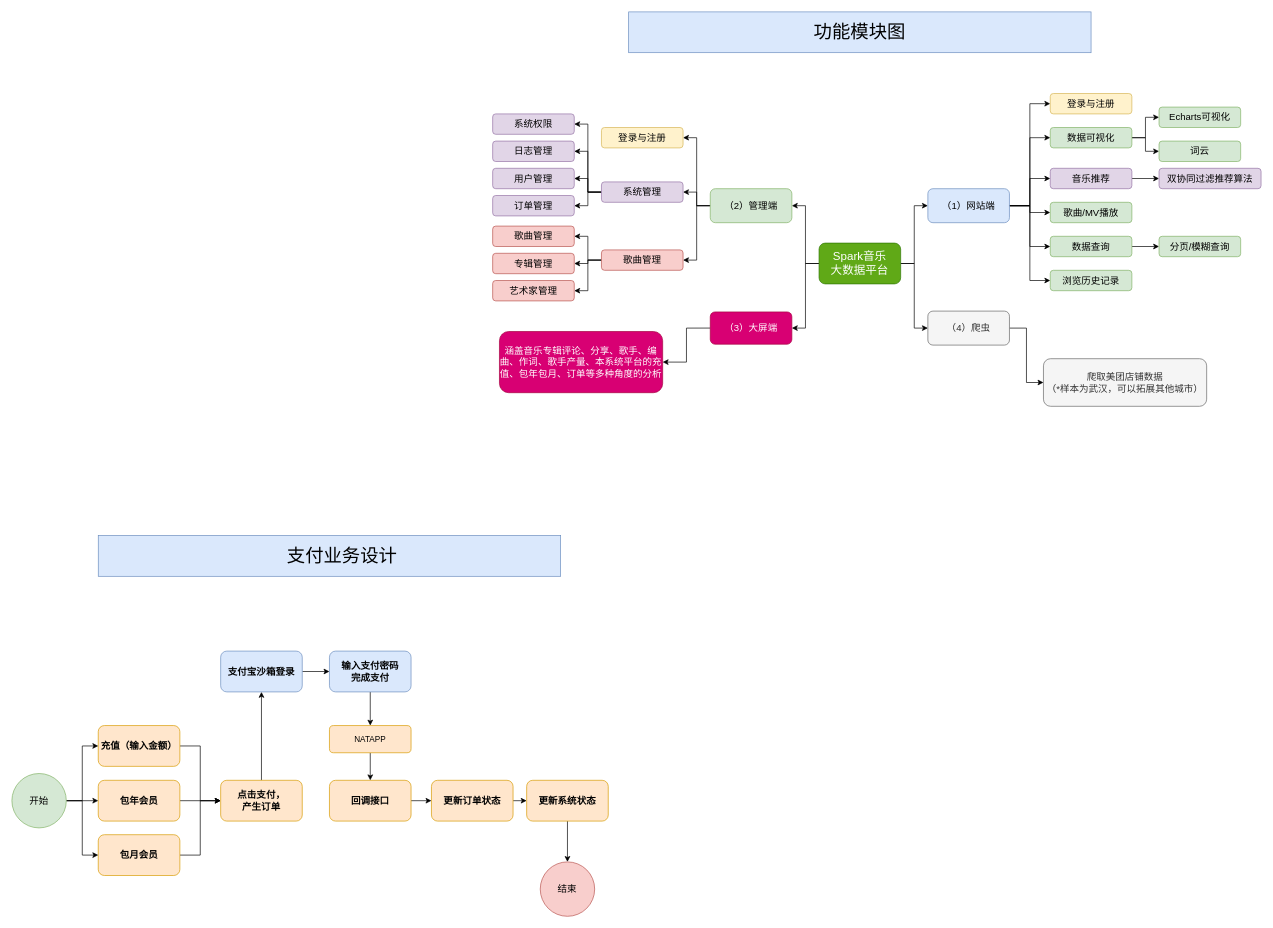
redcomet88/DRAW keeps this draw.io diagram as SPARK/09-Meituan_Wuhan.drawio. Above is the earlier version. Source tidied: cells renumbered, new cells numbered last; positions are measured from the earlier drawing's top-left corner, leaving out a move shared by most shapes. Both pictures are drawn from the tidied source at 68%, with x=0, y=0 at pixel (12, 12).
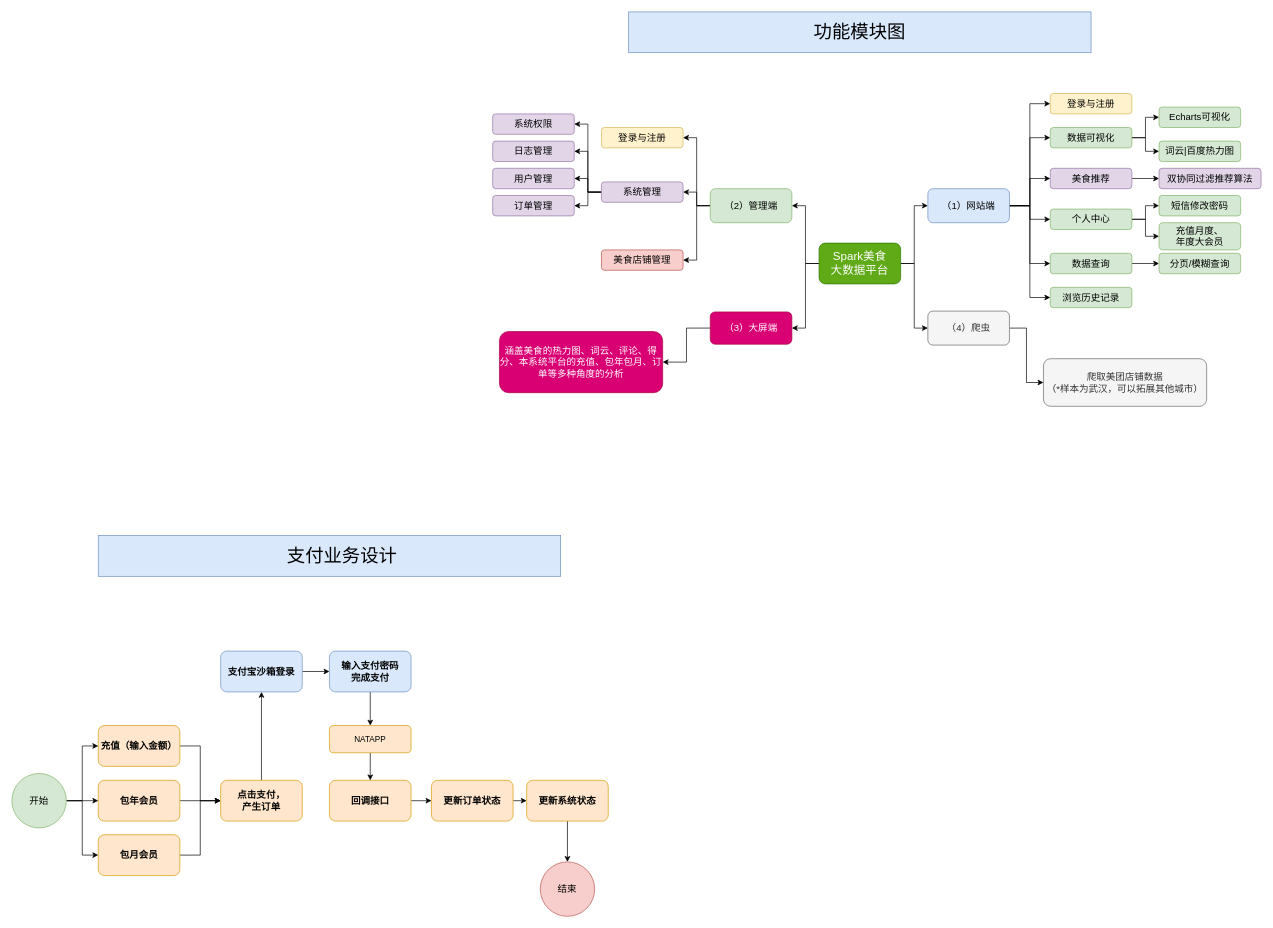
The same page after the edit.

The edit, as a diff of the source:
```diff
@@
-    <mxCell id="14" value="音乐推荐" style="rounded=1;whiteSpace=wrap;html=1;fontSize=14;fillColor=#e1d5e7;strokeColor=#9673a6;" parent="1" vertex="1">
+    <mxCell id="14" value="美食推荐" style="rounded=1;whiteSpace=wrap;html=1;fontSize=14;fillColor=#e1d5e7;strokeColor=#9673a6;" parent="1" vertex="1">
       <mxGeometry x="1527" y="230" width="120" height="30" as="geometry" />
     </mxCell>
@@
     <mxCell id="16" value="数据查询" style="rounded=1;whiteSpace=wrap;html=1;fontSize=14;fillColor=#d5e8d4;strokeColor=#82b366;" parent="1" vertex="1">
-      <mxGeometry x="1527" y="330" width="120" height="30" as="geometry" />
+      <mxGeometry x="1527" y="355" width="120" height="30" as="geometry" />
     </mxCell>
     <mxCell id="17" value="浏览历史记录" style="rounded=1;whiteSpace=wrap;html=1;fontSize=14;fillColor=#d5e8d4;strokeColor=#82b366;" parent="1" vertex="1">
-      <mxGeometry x="1527" y="380" width="120" height="30" as="geometry" />
+      <mxGeometry x="1527" y="405" width="120" height="30" as="geometry" />
     </mxCell>
@@
-    <mxCell id="20" value="词云" style="rounded=1;whiteSpace=wrap;html=1;fontSize=14;fillColor=#d5e8d4;strokeColor=#82b366;" parent="1" vertex="1">
+    <mxCell id="20" value="词云|百度热力图" style="rounded=1;whiteSpace=wrap;html=1;fontSize=14;fillColor=#d5e8d4;strokeColor=#82b366;" parent="1" vertex="1">
       <mxGeometry x="1687" y="190" width="120" height="30" as="geometry" />
     </mxCell>
     <mxCell id="21" value="分页/模糊查询" style="rounded=1;whiteSpace=wrap;html=1;fontSize=14;fillColor=#d5e8d4;strokeColor=#82b366;" parent="1" vertex="1">
-      <mxGeometry x="1687" y="330" width="120" height="30" as="geometry" />
+      <mxGeometry x="1687" y="355" width="120" height="30" as="geometry" />
     </mxCell>
@@
+    <mxCell id="83" style="edgeStyle=orthogonalEdgeStyle;rounded=0;jettySize=auto;html=1;exitX=1;exitY=0.5;exitDx=0;exitDy=0;entryX=0;entryY=0.5;entryDx=0;entryDy=0;" parent="1" edge="1" source="25" target="85">
+      <mxGeometry relative="1" as="geometry" />
+    </mxCell>
+    <mxCell id="84" style="edgeStyle=orthogonalEdgeStyle;rounded=0;jettySize=auto;html=1;exitX=1;exitY=0.5;exitDx=0;exitDy=0;entryX=0;entryY=0.5;entryDx=0;entryDy=0;" parent="1" edge="1" source="25" target="86">
+      <mxGeometry relative="1" as="geometry" />
+    </mxCell>
-    <mxCell id="25" value="歌曲/MV播放" style="rounded=1;whiteSpace=wrap;html=1;fontSize=14;fillColor=#d5e8d4;strokeColor=#82b366;" parent="1" vertex="1">
-      <mxGeometry x="1527" y="280" width="120" height="30" as="geometry" />
+    <mxCell id="25" value="个人中心" style="rounded=1;whiteSpace=wrap;html=1;fontSize=14;fillColor=#d5e8d4;strokeColor=#82b366;" parent="1" vertex="1">
+      <mxGeometry x="1527" y="290" width="120" height="30" as="geometry" />
     </mxCell>
@@
-    <mxCell id="31" value="Spark音乐&lt;br&gt;大数据平台" style="rounded=1;whiteSpace=wrap;html=1;fontSize=17;fillColor=#60a917;strokeColor=#2D7600;fontColor=#ffffff;" parent="1" vertex="1">
+    <mxCell id="31" value="Spark美食&lt;br&gt;大数据平台" style="rounded=1;whiteSpace=wrap;html=1;fontSize=17;fillColor=#60a917;strokeColor=#2D7600;fontColor=#ffffff;" parent="1" vertex="1">
       <mxGeometry x="1187" y="340" width="120" height="60" as="geometry" />
     </mxCell>
@@
-    <mxCell id="41" value="歌曲管理" style="rounded=1;whiteSpace=wrap;html=1;fontSize=14;fillColor=#f8cecc;strokeColor=#b85450;" parent="1" vertex="1">
-      <mxGeometry x="707" y="315" width="120" height="30" as="geometry" />
-    </mxCell>
-    <mxCell id="42" value="专辑管理" style="rounded=1;whiteSpace=wrap;html=1;fontSize=14;fillColor=#f8cecc;strokeColor=#b85450;" parent="1" vertex="1">
-      <mxGeometry x="707" y="355" width="120" height="30" as="geometry" />
-    </mxCell>
-    <mxCell id="43" value="艺术家管理" style="rounded=1;whiteSpace=wrap;html=1;fontSize=14;fillColor=#f8cecc;strokeColor=#b85450;" parent="1" vertex="1">
-      <mxGeometry x="707" y="395" width="120" height="30" as="geometry" />
-    </mxCell>
@@
-    <mxCell id="46" style="edgeStyle=orthogonalEdgeStyle;rounded=0;jettySize=auto;html=1;exitX=0;exitY=0.5;exitDx=0;exitDy=0;entryX=1;entryY=0.5;entryDx=0;entryDy=0;" parent="1" edge="1" source="49" target="41">
-      <mxGeometry relative="1" as="geometry" />
-    </mxCell>
-    <mxCell id="47" style="edgeStyle=orthogonalEdgeStyle;rounded=0;jettySize=auto;html=1;exitX=0;exitY=0.5;exitDx=0;exitDy=0;entryX=1;entryY=0.5;entryDx=0;entryDy=0;" parent="1" edge="1" source="49" target="42">
-      <mxGeometry relative="1" as="geometry" />
-    </mxCell>
-    <mxCell id="48" style="edgeStyle=orthogonalEdgeStyle;rounded=0;jettySize=auto;html=1;exitX=0;exitY=0.5;exitDx=0;exitDy=0;entryX=1;entryY=0.5;entryDx=0;entryDy=0;" parent="1" edge="1" source="49" target="43">
-      <mxGeometry relative="1" as="geometry" />
-    </mxCell>
-    <mxCell id="49" value="歌曲管理" style="rounded=1;whiteSpace=wrap;html=1;fontSize=14;fillColor=#f8cecc;strokeColor=#b85450;" parent="1" vertex="1">
+    <mxCell id="49" value="美食店铺管理" style="rounded=1;whiteSpace=wrap;html=1;fontSize=14;fillColor=#f8cecc;strokeColor=#b85450;" parent="1" vertex="1">
       <mxGeometry x="867" y="350" width="120" height="30" as="geometry" />
     </mxCell>
@@
-    <mxCell id="55" value="涵盖音乐专辑评论、分享、歌手、编曲、作词、歌手产量、本系统平台的充值、包年包月、订单等多种角度的分析" style="rounded=1;whiteSpace=wrap;html=1;fontSize=14;fillColor=#d80073;strokeColor=#A50040;fontColor=#ffffff;" parent="1" vertex="1">
+    <mxCell id="55" value="涵盖美食的热力图、词云、评论、得分、本系统平台的充值、包年包月、订单等多种角度的分析" style="rounded=1;whiteSpace=wrap;html=1;fontSize=14;fillColor=#d80073;strokeColor=#A50040;fontColor=#ffffff;" parent="1" vertex="1">
       <mxGeometry x="717" y="470" width="240" height="90" as="geometry" />
     </mxCell>
@@
+    <mxCell id="85" value="短信修改密码" style="rounded=1;whiteSpace=wrap;html=1;fontSize=14;fillColor=#d5e8d4;strokeColor=#82b366;" parent="1" vertex="1">
+      <mxGeometry x="1687" y="270" width="120" height="30" as="geometry" />
+    </mxCell>
+    <mxCell id="86" value="充值月度、&lt;br&gt;年度大会员" style="rounded=1;whiteSpace=wrap;html=1;fontSize=14;fillColor=#d5e8d4;strokeColor=#82b366;" parent="1" vertex="1">
+      <mxGeometry x="1687" y="310" width="120" height="40" as="geometry" />
+    </mxCell>
```
